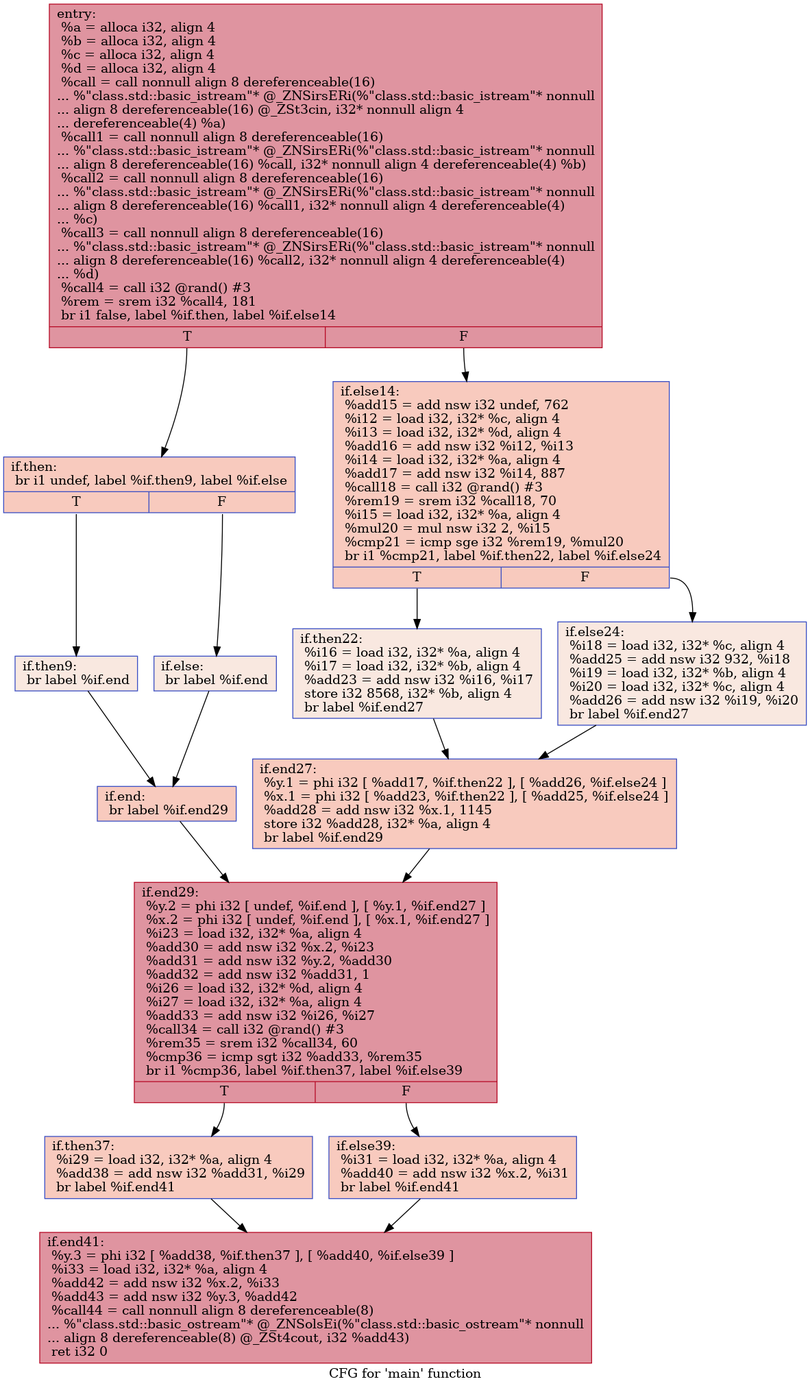
Earlier version of the Graphviz export IR/cfg/afterHPSSA.dot.png (HPSSA-LLVM/HPSSA-LLVM). Its source is kept beside it as IR/cfg/afterHPSSA.dot. Its diagram source:
```dot
digraph "CFG for 'main' function" {
	label="CFG for 'main' function";

	Node0x55b29372a7c0 [shape=record,color="#b70d28ff", style=filled, fillcolor="#b70d2870",label="{entry:\l  %a = alloca i32, align 4\l  %b = alloca i32, align 4\l  %c = alloca i32, align 4\l  %d = alloca i32, align 4\l  %call = call nonnull align 8 dereferenceable(16)\l... %\"class.std::basic_istream\"* @_ZNSirsERi(%\"class.std::basic_istream\"* nonnull\l... align 8 dereferenceable(16) @_ZSt3cin, i32* nonnull align 4\l... dereferenceable(4) %a)\l  %call1 = call nonnull align 8 dereferenceable(16)\l... %\"class.std::basic_istream\"* @_ZNSirsERi(%\"class.std::basic_istream\"* nonnull\l... align 8 dereferenceable(16) %call, i32* nonnull align 4 dereferenceable(4) %b)\l  %call2 = call nonnull align 8 dereferenceable(16)\l... %\"class.std::basic_istream\"* @_ZNSirsERi(%\"class.std::basic_istream\"* nonnull\l... align 8 dereferenceable(16) %call1, i32* nonnull align 4 dereferenceable(4)\l... %c)\l  %call3 = call nonnull align 8 dereferenceable(16)\l... %\"class.std::basic_istream\"* @_ZNSirsERi(%\"class.std::basic_istream\"* nonnull\l... align 8 dereferenceable(16) %call2, i32* nonnull align 4 dereferenceable(4)\l... %d)\l  %call4 = call i32 @rand() #3\l  %rem = srem i32 %call4, 181\l  br i1 false, label %if.then, label %if.else14\l|{<s0>T|<s1>F}}"];
	Node0x55b29372a7c0:s0 -> Node0x55b29372b3f0;
	Node0x55b29372a7c0:s1 -> Node0x55b29372b4c0;
	Node0x55b29372b3f0 [shape=record,color="#3d50c3ff", style=filled, fillcolor="#ef886b70",label="{if.then:                                          \l  br i1 undef, label %if.then9, label %if.else\l|{<s0>T|<s1>F}}"];
	Node0x55b29372b3f0:s0 -> Node0x55b29372bc20;
	Node0x55b29372b3f0:s1 -> Node0x55b29372bca0;
	Node0x55b29372bc20 [shape=record,color="#3d50c3ff", style=filled, fillcolor="#f1ccb870",label="{if.then9:                                         \l  br label %if.end\l}"];
	Node0x55b29372bc20 -> Node0x55b29372be20;
	Node0x55b29372bca0 [shape=record,color="#3d50c3ff", style=filled, fillcolor="#f1ccb870",label="{if.else:                                          \l  br label %if.end\l}"];
	Node0x55b29372bca0 -> Node0x55b29372be20;
	Node0x55b29372be20 [shape=record,color="#3d50c3ff", style=filled, fillcolor="#ef886b70",label="{if.end:                                           \l  br label %if.end29\l}"];
	Node0x55b29372be20 -> Node0x55b29372bf70;
	Node0x55b29372b4c0 [shape=record,color="#3d50c3ff", style=filled, fillcolor="#ef886b70",label="{if.else14:                                        \l  %add15 = add nsw i32 undef, 762\l  %i12 = load i32, i32* %c, align 4\l  %i13 = load i32, i32* %d, align 4\l  %add16 = add nsw i32 %i12, %i13\l  %i14 = load i32, i32* %a, align 4\l  %add17 = add nsw i32 %i14, 887\l  %call18 = call i32 @rand() #3\l  %rem19 = srem i32 %call18, 70\l  %i15 = load i32, i32* %a, align 4\l  %mul20 = mul nsw i32 2, %i15\l  %cmp21 = icmp sge i32 %rem19, %mul20\l  br i1 %cmp21, label %if.then22, label %if.else24\l|{<s0>T|<s1>F}}"];
	Node0x55b29372b4c0:s0 -> Node0x55b29372cbd0;
	Node0x55b29372b4c0:s1 -> Node0x55b29372cc50;
	Node0x55b29372cbd0 [shape=record,color="#3d50c3ff", style=filled, fillcolor="#f1ccb870",label="{if.then22:                                        \l  %i16 = load i32, i32* %a, align 4\l  %i17 = load i32, i32* %b, align 4\l  %add23 = add nsw i32 %i16, %i17\l  store i32 8568, i32* %b, align 4\l  br label %if.end27\l}"];
	Node0x55b29372cbd0 -> Node0x55b29372d010;
	Node0x55b29372cc50 [shape=record,color="#3d50c3ff", style=filled, fillcolor="#f1ccb870",label="{if.else24:                                        \l  %i18 = load i32, i32* %c, align 4\l  %add25 = add nsw i32 932, %i18\l  %i19 = load i32, i32* %b, align 4\l  %i20 = load i32, i32* %c, align 4\l  %add26 = add nsw i32 %i19, %i20\l  br label %if.end27\l}"];
	Node0x55b29372cc50 -> Node0x55b29372d010;
	Node0x55b29372d010 [shape=record,color="#3d50c3ff", style=filled, fillcolor="#ef886b70",label="{if.end27:                                         \l  %y.1 = phi i32 [ %add17, %if.then22 ], [ %add26, %if.else24 ]\l  %x.1 = phi i32 [ %add23, %if.then22 ], [ %add25, %if.else24 ]\l  %add28 = add nsw i32 %x.1, 1145\l  store i32 %add28, i32* %a, align 4\l  br label %if.end29\l}"];
	Node0x55b29372d010 -> Node0x55b29372bf70;
	Node0x55b29372bf70 [shape=record,color="#b70d28ff", style=filled, fillcolor="#b70d2870",label="{if.end29:                                         \l  %y.2 = phi i32 [ undef, %if.end ], [ %y.1, %if.end27 ]\l  %x.2 = phi i32 [ undef, %if.end ], [ %x.1, %if.end27 ]\l  %i23 = load i32, i32* %a, align 4\l  %add30 = add nsw i32 %x.2, %i23\l  %add31 = add nsw i32 %y.2, %add30\l  %add32 = add nsw i32 %add31, 1\l  %i26 = load i32, i32* %d, align 4\l  %i27 = load i32, i32* %a, align 4\l  %add33 = add nsw i32 %i26, %i27\l  %call34 = call i32 @rand() #3\l  %rem35 = srem i32 %call34, 60\l  %cmp36 = icmp sgt i32 %add33, %rem35\l  br i1 %cmp36, label %if.then37, label %if.else39\l|{<s0>T|<s1>F}}"];
	Node0x55b29372bf70:s0 -> Node0x55b29372edf0;
	Node0x55b29372bf70:s1 -> Node0x55b29372eed0;
	Node0x55b29372edf0 [shape=record,color="#3d50c3ff", style=filled, fillcolor="#ef886b70",label="{if.then37:                                        \l  %i29 = load i32, i32* %a, align 4\l  %add38 = add nsw i32 %add31, %i29\l  br label %if.end41\l}"];
	Node0x55b29372edf0 -> Node0x55b29372f1a0;
	Node0x55b29372eed0 [shape=record,color="#3d50c3ff", style=filled, fillcolor="#ef886b70",label="{if.else39:                                        \l  %i31 = load i32, i32* %a, align 4\l  %add40 = add nsw i32 %x.2, %i31\l  br label %if.end41\l}"];
	Node0x55b29372eed0 -> Node0x55b29372f1a0;
	Node0x55b29372f1a0 [shape=record,color="#b70d28ff", style=filled, fillcolor="#b70d2870",label="{if.end41:                                         \l  %y.3 = phi i32 [ %add38, %if.then37 ], [ %add40, %if.else39 ]\l  %i33 = load i32, i32* %a, align 4\l  %add42 = add nsw i32 %x.2, %i33\l  %add43 = add nsw i32 %y.3, %add42\l  %call44 = call nonnull align 8 dereferenceable(8)\l... %\"class.std::basic_ostream\"* @_ZNSolsEi(%\"class.std::basic_ostream\"* nonnull\l... align 8 dereferenceable(8) @_ZSt4cout, i32 %add43)\l  ret i32 0\l}"];
}
```
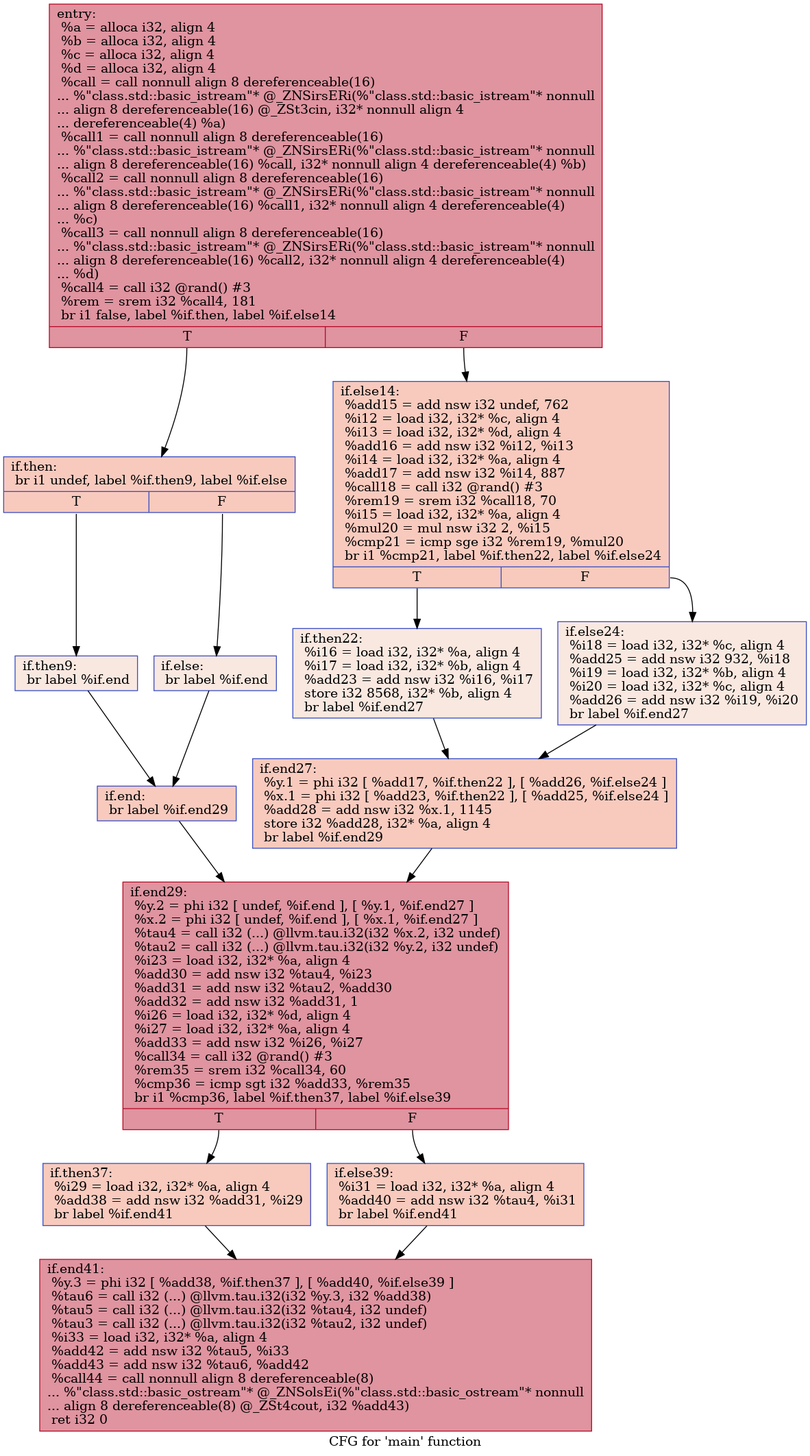
Above is the later version.

Commit message:
[WIP-Urg] Pass to use HPSSA.

The edit, as a diff of the source:
```diff
@@ -1,33 +1,33 @@
 digraph "CFG for 'main' function" {
 	label="CFG for 'main' function";
 
-	Node0x55b29372a7c0 [shape=record,color="#b70d28ff", style=filled, fillcolor="#b70d2870",label="{entry:\l  %a = alloca i32, align 4\l  %b = alloca i32, align 4\l  %c = alloca i32, align 4\l  %d = alloca i32, align 4\l  %call = call nonnull align 8 dereferenceable(16)\l... %\"class.std::basic_istream\"* @_ZNSirsERi(%\"class.std::basic_istream\"* nonnull\l... align 8 dereferenceable(16) @_ZSt3cin, i32* nonnull align 4\l... dereferenceable(4) %a)\l  %call1 = call nonnull align 8 dereferenceable(16)\l... %\"class.std::basic_istream\"* @_ZNSirsERi(%\"class.std::basic_istream\"* nonnull\l... align 8 dereferenceable(16) %call, i32* nonnull align 4 dereferenceable(4) %b)\l  %call2 = call nonnull align 8 dereferenceable(16)\l... %\"class.std::basic_istream\"* @_ZNSirsERi(%\"class.std::basic_istream\"* nonnull\l... align 8 dereferenceable(16) %call1, i32* nonnull align 4 dereferenceable(4)\l... %c)\l  %call3 = call nonnull align 8 dereferenceable(16)\l... %\"class.std::basic_istream\"* @_ZNSirsERi(%\"class.std::basic_istream\"* nonnull\l... align 8 dereferenceable(16) %call2, i32* nonnull align 4 dereferenceable(4)\l... %d)\l  %call4 = call i32 @rand() #3\l  %rem = srem i32 %call4, 181\l  br i1 false, label %if.then, label %if.else14\l|{<s0>T|<s1>F}}"];
-	Node0x55b29372a7c0:s0 -> Node0x55b29372b3f0;
-	Node0x55b29372a7c0:s1 -> Node0x55b29372b4c0;
-	Node0x55b29372b3f0 [shape=record,color="#3d50c3ff", style=filled, fillcolor="#ef886b70",label="{if.then:                                          \l  br i1 undef, label %if.then9, label %if.else\l|{<s0>T|<s1>F}}"];
-	Node0x55b29372b3f0:s0 -> Node0x55b29372bc20;
-	Node0x55b29372b3f0:s1 -> Node0x55b29372bca0;
-	Node0x55b29372bc20 [shape=record,color="#3d50c3ff", style=filled, fillcolor="#f1ccb870",label="{if.then9:                                         \l  br label %if.end\l}"];
-	Node0x55b29372bc20 -> Node0x55b29372be20;
-	Node0x55b29372bca0 [shape=record,color="#3d50c3ff", style=filled, fillcolor="#f1ccb870",label="{if.else:                                          \l  br label %if.end\l}"];
-	Node0x55b29372bca0 -> Node0x55b29372be20;
-	Node0x55b29372be20 [shape=record,color="#3d50c3ff", style=filled, fillcolor="#ef886b70",label="{if.end:                                           \l  br label %if.end29\l}"];
-	Node0x55b29372be20 -> Node0x55b29372bf70;
-	Node0x55b29372b4c0 [shape=record,color="#3d50c3ff", style=filled, fillcolor="#ef886b70",label="{if.else14:                                        \l  %add15 = add nsw i32 undef, 762\l  %i12 = load i32, i32* %c, align 4\l  %i13 = load i32, i32* %d, align 4\l  %add16 = add nsw i32 %i12, %i13\l  %i14 = load i32, i32* %a, align 4\l  %add17 = add nsw i32 %i14, 887\l  %call18 = call i32 @rand() #3\l  %rem19 = srem i32 %call18, 70\l  %i15 = load i32, i32* %a, align 4\l  %mul20 = mul nsw i32 2, %i15\l  %cmp21 = icmp sge i32 %rem19, %mul20\l  br i1 %cmp21, label %if.then22, label %if.else24\l|{<s0>T|<s1>F}}"];
-	Node0x55b29372b4c0:s0 -> Node0x55b29372cbd0;
-	Node0x55b29372b4c0:s1 -> Node0x55b29372cc50;
-	Node0x55b29372cbd0 [shape=record,color="#3d50c3ff", style=filled, fillcolor="#f1ccb870",label="{if.then22:                                        \l  %i16 = load i32, i32* %a, align 4\l  %i17 = load i32, i32* %b, align 4\l  %add23 = add nsw i32 %i16, %i17\l  store i32 8568, i32* %b, align 4\l  br label %if.end27\l}"];
-	Node0x55b29372cbd0 -> Node0x55b29372d010;
-	Node0x55b29372cc50 [shape=record,color="#3d50c3ff", style=filled, fillcolor="#f1ccb870",label="{if.else24:                                        \l  %i18 = load i32, i32* %c, align 4\l  %add25 = add nsw i32 932, %i18\l  %i19 = load i32, i32* %b, align 4\l  %i20 = load i32, i32* %c, align 4\l  %add26 = add nsw i32 %i19, %i20\l  br label %if.end27\l}"];
-	Node0x55b29372cc50 -> Node0x55b29372d010;
-	Node0x55b29372d010 [shape=record,color="#3d50c3ff", style=filled, fillcolor="#ef886b70",label="{if.end27:                                         \l  %y.1 = phi i32 [ %add17, %if.then22 ], [ %add26, %if.else24 ]\l  %x.1 = phi i32 [ %add23, %if.then22 ], [ %add25, %if.else24 ]\l  %add28 = add nsw i32 %x.1, 1145\l  store i32 %add28, i32* %a, align 4\l  br label %if.end29\l}"];
-	Node0x55b29372d010 -> Node0x55b29372bf70;
-	Node0x55b29372bf70 [shape=record,color="#b70d28ff", style=filled, fillcolor="#b70d2870",label="{if.end29:                                         \l  %y.2 = phi i32 [ undef, %if.end ], [ %y.1, %if.end27 ]\l  %x.2 = phi i32 [ undef, %if.end ], [ %x.1, %if.end27 ]\l  %i23 = load i32, i32* %a, align 4\l  %add30 = add nsw i32 %x.2, %i23\l  %add31 = add nsw i32 %y.2, %add30\l  %add32 = add nsw i32 %add31, 1\l  %i26 = load i32, i32* %d, align 4\l  %i27 = load i32, i32* %a, align 4\l  %add33 = add nsw i32 %i26, %i27\l  %call34 = call i32 @rand() #3\l  %rem35 = srem i32 %call34, 60\l  %cmp36 = icmp sgt i32 %add33, %rem35\l  br i1 %cmp36, label %if.then37, label %if.else39\l|{<s0>T|<s1>F}}"];
-	Node0x55b29372bf70:s0 -> Node0x55b29372edf0;
-	Node0x55b29372bf70:s1 -> Node0x55b29372eed0;
-	Node0x55b29372edf0 [shape=record,color="#3d50c3ff", style=filled, fillcolor="#ef886b70",label="{if.then37:                                        \l  %i29 = load i32, i32* %a, align 4\l  %add38 = add nsw i32 %add31, %i29\l  br label %if.end41\l}"];
-	Node0x55b29372edf0 -> Node0x55b29372f1a0;
-	Node0x55b29372eed0 [shape=record,color="#3d50c3ff", style=filled, fillcolor="#ef886b70",label="{if.else39:                                        \l  %i31 = load i32, i32* %a, align 4\l  %add40 = add nsw i32 %x.2, %i31\l  br label %if.end41\l}"];
-	Node0x55b29372eed0 -> Node0x55b29372f1a0;
-	Node0x55b29372f1a0 [shape=record,color="#b70d28ff", style=filled, fillcolor="#b70d2870",label="{if.end41:                                         \l  %y.3 = phi i32 [ %add38, %if.then37 ], [ %add40, %if.else39 ]\l  %i33 = load i32, i32* %a, align 4\l  %add42 = add nsw i32 %x.2, %i33\l  %add43 = add nsw i32 %y.3, %add42\l  %call44 = call nonnull align 8 dereferenceable(8)\l... %\"class.std::basic_ostream\"* @_ZNSolsEi(%\"class.std::basic_ostream\"* nonnull\l... align 8 dereferenceable(8) @_ZSt4cout, i32 %add43)\l  ret i32 0\l}"];
+	Node0x55c7c6ecd980 [shape=record,color="#b70d28ff", style=filled, fillcolor="#b70d2870",label="{entry:\l  %a = alloca i32, align 4\l  %b = alloca i32, align 4\l  %c = alloca i32, align 4\l  %d = alloca i32, align 4\l  %call = call nonnull align 8 dereferenceable(16)\l... %\"class.std::basic_istream\"* @_ZNSirsERi(%\"class.std::basic_istream\"* nonnull\l... align 8 dereferenceable(16) @_ZSt3cin, i32* nonnull align 4\l... dereferenceable(4) %a)\l  %call1 = call nonnull align 8 dereferenceable(16)\l... %\"class.std::basic_istream\"* @_ZNSirsERi(%\"class.std::basic_istream\"* nonnull\l... align 8 dereferenceable(16) %call, i32* nonnull align 4 dereferenceable(4) %b)\l  %call2 = call nonnull align 8 dereferenceable(16)\l... %\"class.std::basic_istream\"* @_ZNSirsERi(%\"class.std::basic_istream\"* nonnull\l... align 8 dereferenceable(16) %call1, i32* nonnull align 4 dereferenceable(4)\l... %c)\l  %call3 = call nonnull align 8 dereferenceable(16)\l... %\"class.std::basic_istream\"* @_ZNSirsERi(%\"class.std::basic_istream\"* nonnull\l... align 8 dereferenceable(16) %call2, i32* nonnull align 4 dereferenceable(4)\l... %d)\l  %call4 = call i32 @rand() #3\l  %rem = srem i32 %call4, 181\l  br i1 false, label %if.then, label %if.else14\l|{<s0>T|<s1>F}}"];
+	Node0x55c7c6ecd980:s0 -> Node0x55c7c6ece5b0;
+	Node0x55c7c6ecd980:s1 -> Node0x55c7c6ece680;
+	Node0x55c7c6ece5b0 [shape=record,color="#3d50c3ff", style=filled, fillcolor="#ef886b70",label="{if.then:                                          \l  br i1 undef, label %if.then9, label %if.else\l|{<s0>T|<s1>F}}"];
+	Node0x55c7c6ece5b0:s0 -> Node0x55c7c6ecede0;
+	Node0x55c7c6ece5b0:s1 -> Node0x55c7c6ecee60;
+	Node0x55c7c6ecede0 [shape=record,color="#3d50c3ff", style=filled, fillcolor="#f1ccb870",label="{if.then9:                                         \l  br label %if.end\l}"];
+	Node0x55c7c6ecede0 -> Node0x55c7c6ecefe0;
+	Node0x55c7c6ecee60 [shape=record,color="#3d50c3ff", style=filled, fillcolor="#f1ccb870",label="{if.else:                                          \l  br label %if.end\l}"];
+	Node0x55c7c6ecee60 -> Node0x55c7c6ecefe0;
+	Node0x55c7c6ecefe0 [shape=record,color="#3d50c3ff", style=filled, fillcolor="#ef886b70",label="{if.end:                                           \l  br label %if.end29\l}"];
+	Node0x55c7c6ecefe0 -> Node0x55c7c6ecf130;
+	Node0x55c7c6ece680 [shape=record,color="#3d50c3ff", style=filled, fillcolor="#ef886b70",label="{if.else14:                                        \l  %add15 = add nsw i32 undef, 762\l  %i12 = load i32, i32* %c, align 4\l  %i13 = load i32, i32* %d, align 4\l  %add16 = add nsw i32 %i12, %i13\l  %i14 = load i32, i32* %a, align 4\l  %add17 = add nsw i32 %i14, 887\l  %call18 = call i32 @rand() #3\l  %rem19 = srem i32 %call18, 70\l  %i15 = load i32, i32* %a, align 4\l  %mul20 = mul nsw i32 2, %i15\l  %cmp21 = icmp sge i32 %rem19, %mul20\l  br i1 %cmp21, label %if.then22, label %if.else24\l|{<s0>T|<s1>F}}"];
+	Node0x55c7c6ece680:s0 -> Node0x55c7c6ecfd90;
+	Node0x55c7c6ece680:s1 -> Node0x55c7c6ecfe10;
+	Node0x55c7c6ecfd90 [shape=record,color="#3d50c3ff", style=filled, fillcolor="#f1ccb870",label="{if.then22:                                        \l  %i16 = load i32, i32* %a, align 4\l  %i17 = load i32, i32* %b, align 4\l  %add23 = add nsw i32 %i16, %i17\l  store i32 8568, i32* %b, align 4\l  br label %if.end27\l}"];
+	Node0x55c7c6ecfd90 -> Node0x55c7c6ed01d0;
+	Node0x55c7c6ecfe10 [shape=record,color="#3d50c3ff", style=filled, fillcolor="#f1ccb870",label="{if.else24:                                        \l  %i18 = load i32, i32* %c, align 4\l  %add25 = add nsw i32 932, %i18\l  %i19 = load i32, i32* %b, align 4\l  %i20 = load i32, i32* %c, align 4\l  %add26 = add nsw i32 %i19, %i20\l  br label %if.end27\l}"];
+	Node0x55c7c6ecfe10 -> Node0x55c7c6ed01d0;
+	Node0x55c7c6ed01d0 [shape=record,color="#3d50c3ff", style=filled, fillcolor="#ef886b70",label="{if.end27:                                         \l  %y.1 = phi i32 [ %add17, %if.then22 ], [ %add26, %if.else24 ]\l  %x.1 = phi i32 [ %add23, %if.then22 ], [ %add25, %if.else24 ]\l  %add28 = add nsw i32 %x.1, 1145\l  store i32 %add28, i32* %a, align 4\l  br label %if.end29\l}"];
+	Node0x55c7c6ed01d0 -> Node0x55c7c6ecf130;
+	Node0x55c7c6ecf130 [shape=record,color="#b70d28ff", style=filled, fillcolor="#b70d2870",label="{if.end29:                                         \l  %y.2 = phi i32 [ undef, %if.end ], [ %y.1, %if.end27 ]\l  %x.2 = phi i32 [ undef, %if.end ], [ %x.1, %if.end27 ]\l  %tau4 = call i32 (...) @llvm.tau.i32(i32 %x.2, i32 undef)\l  %tau2 = call i32 (...) @llvm.tau.i32(i32 %y.2, i32 undef)\l  %i23 = load i32, i32* %a, align 4\l  %add30 = add nsw i32 %tau4, %i23\l  %add31 = add nsw i32 %tau2, %add30\l  %add32 = add nsw i32 %add31, 1\l  %i26 = load i32, i32* %d, align 4\l  %i27 = load i32, i32* %a, align 4\l  %add33 = add nsw i32 %i26, %i27\l  %call34 = call i32 @rand() #3\l  %rem35 = srem i32 %call34, 60\l  %cmp36 = icmp sgt i32 %add33, %rem35\l  br i1 %cmp36, label %if.then37, label %if.else39\l|{<s0>T|<s1>F}}"];
+	Node0x55c7c6ecf130:s0 -> Node0x55c7c6ed2330;
+	Node0x55c7c6ecf130:s1 -> Node0x55c7c6ed2410;
+	Node0x55c7c6ed2330 [shape=record,color="#3d50c3ff", style=filled, fillcolor="#ef886b70",label="{if.then37:                                        \l  %i29 = load i32, i32* %a, align 4\l  %add38 = add nsw i32 %add31, %i29\l  br label %if.end41\l}"];
+	Node0x55c7c6ed2330 -> Node0x55c7c6ed26e0;
+	Node0x55c7c6ed2410 [shape=record,color="#3d50c3ff", style=filled, fillcolor="#ef886b70",label="{if.else39:                                        \l  %i31 = load i32, i32* %a, align 4\l  %add40 = add nsw i32 %tau4, %i31\l  br label %if.end41\l}"];
+	Node0x55c7c6ed2410 -> Node0x55c7c6ed26e0;
+	Node0x55c7c6ed26e0 [shape=record,color="#b70d28ff", style=filled, fillcolor="#b70d2870",label="{if.end41:                                         \l  %y.3 = phi i32 [ %add38, %if.then37 ], [ %add40, %if.else39 ]\l  %tau6 = call i32 (...) @llvm.tau.i32(i32 %y.3, i32 %add38)\l  %tau5 = call i32 (...) @llvm.tau.i32(i32 %tau4, i32 undef)\l  %tau3 = call i32 (...) @llvm.tau.i32(i32 %tau2, i32 undef)\l  %i33 = load i32, i32* %a, align 4\l  %add42 = add nsw i32 %tau5, %i33\l  %add43 = add nsw i32 %tau6, %add42\l  %call44 = call nonnull align 8 dereferenceable(8)\l... %\"class.std::basic_ostream\"* @_ZNSolsEi(%\"class.std::basic_ostream\"* nonnull\l... align 8 dereferenceable(8) @_ZSt4cout, i32 %add43)\l  ret i32 0\l}"];
 }
```
